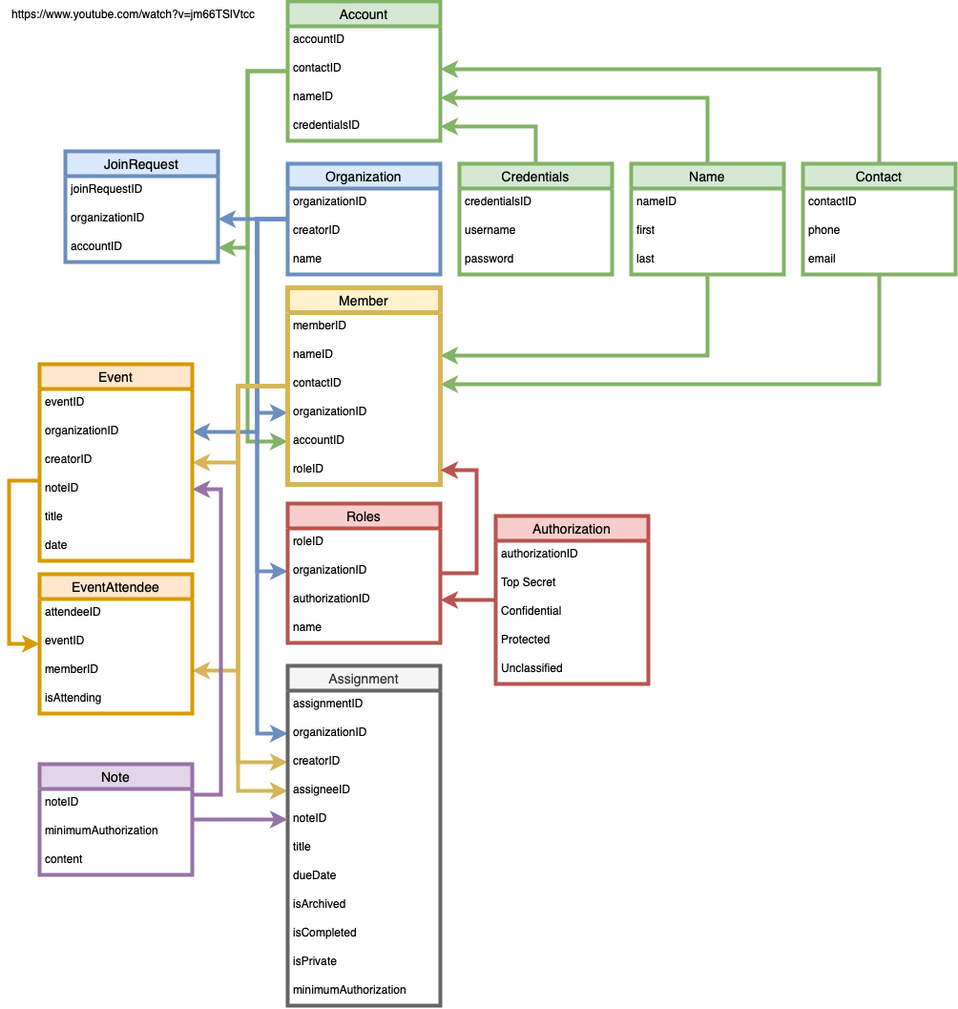
Before: charts/Firestore DB.png, a diagram exported from draw.io (mcgaryp/Bishopric-Assistant). Source tidied: cells renumbered, new cells last; positions are measured from the earlier drawing's top-left corner, leaving out a move shared by most shapes.
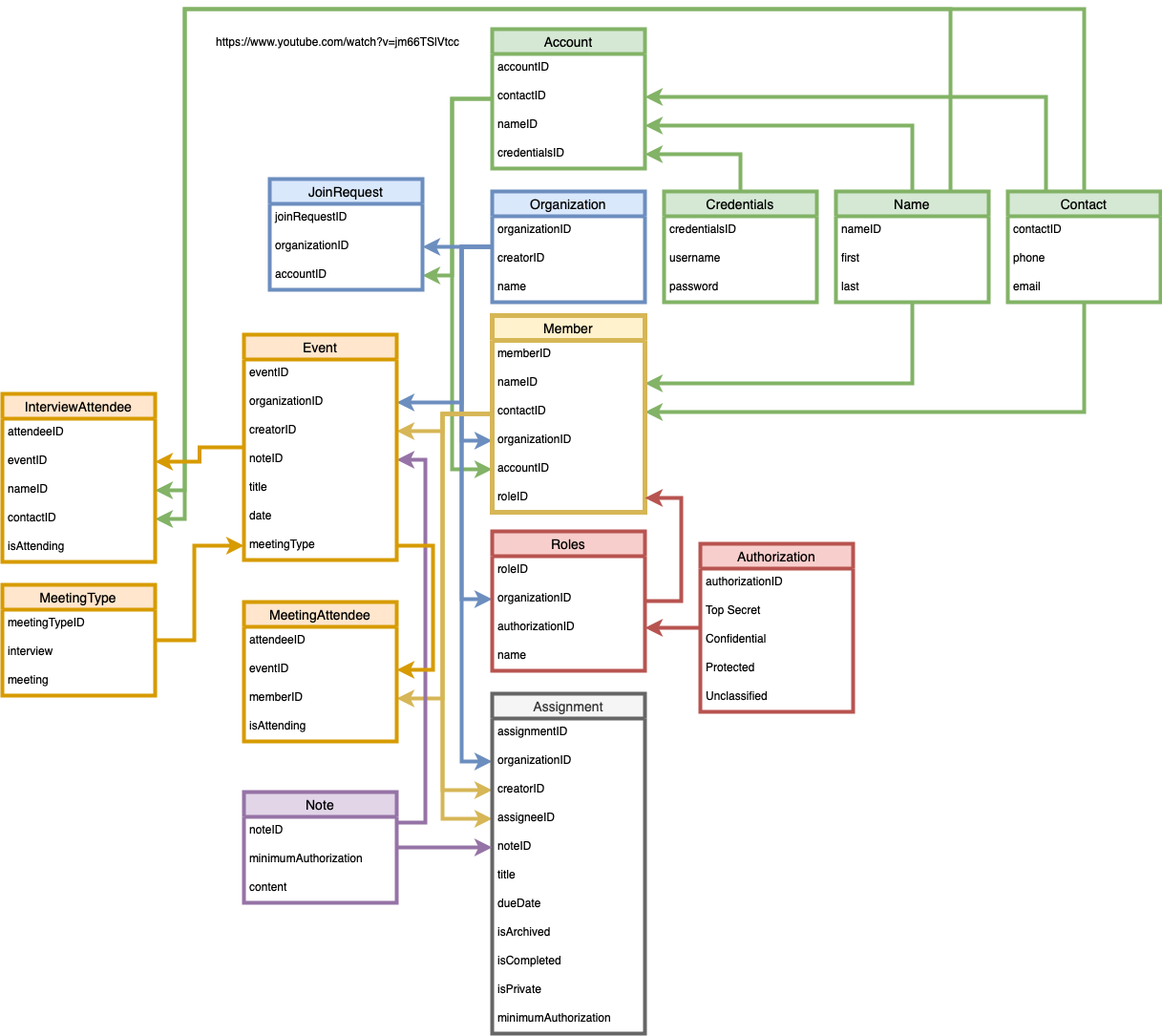
The same diagram one commit later.

What changed in the source:
```diff
@@ -2,6 +2,24 @@
   <root>
     <mxCell id="0" />
     <mxCell id="1" parent="0" />
+    <mxCell id="95" style="edgeStyle=orthogonalEdgeStyle;rounded=0;jettySize=auto;html=1;strokeColor=#82b366;strokeWidth=4;fillColor=#d5e8d4;" parent="1" edge="1" source="22" target="103">
+      <mxGeometry relative="1" as="geometry">
+        <Array as="points">
+          <mxPoint x="912" y="-21" />
+          <mxPoint x="-30" y="-21" />
+          <mxPoint x="-30" y="513" />
+        </Array>
+      </mxGeometry>
+    </mxCell>
+    <mxCell id="96" style="edgeStyle=orthogonalEdgeStyle;rounded=0;jettySize=auto;html=1;entryX=1;entryY=0.5;entryDx=0;entryDy=0;strokeColor=#82b366;strokeWidth=4;fillColor=#d5e8d4;exitX=0.75;exitY=0;exitDx=0;exitDy=0;" parent="1" edge="1" source="11" target="102">
+      <mxGeometry relative="1" as="geometry">
+        <Array as="points">
+          <mxPoint x="772" y="-21" />
+          <mxPoint x="-30" y="-21" />
+          <mxPoint x="-30" y="483" />
+        </Array>
+      </mxGeometry>
+    </mxCell>
     <mxCell id="2" style="edgeStyle=orthogonalEdgeStyle;rounded=0;jettySize=auto;html=1;entryX=1;entryY=0.5;entryDx=0;entryDy=0;strokeColor=#82b366;strokeWidth=4;fillColor=#d5e8d4;" parent="1" edge="1" source="4" target="94">
       <mxGeometry relative="1" as="geometry">
         <Array as="points">
@@ -66,7 +84,7 @@
     <mxCell id="19" value="password" style="text;strokeColor=none;fillColor=none;spacingLeft=4;spacingRight=4;overflow=hidden;fontSize=12;" parent="16" vertex="1">
       <mxGeometry y="86" width="160" height="30" as="geometry" />
     </mxCell>
-    <mxCell id="20" style="edgeStyle=orthogonalEdgeStyle;rounded=0;jettySize=auto;html=1;entryX=1;entryY=0.5;entryDx=0;entryDy=0;fillColor=#d5e8d4;strokeColor=#82b366;strokeWidth=4;" parent="1" edge="1" source="22" target="6">
+    <mxCell id="20" style="edgeStyle=orthogonalEdgeStyle;rounded=0;jettySize=auto;html=1;entryX=1;entryY=0.5;entryDx=0;entryDy=0;fillColor=#d5e8d4;strokeColor=#82b366;strokeWidth=4;exitX=0.25;exitY=0;exitDx=0;exitDy=0;" parent="1" edge="1" source="22" target="6">
       <mxGeometry relative="1" as="geometry" />
     </mxCell>
     <mxCell id="21" style="edgeStyle=orthogonalEdgeStyle;rounded=0;jettySize=auto;html=1;entryX=1;entryY=0.5;entryDx=0;entryDy=0;fillColor=#d5e8d4;strokeColor=#82b366;strokeWidth=4;" parent="1" edge="1" source="22" target="50">
@@ -123,7 +141,7 @@
       <mxGeometry relative="1" as="geometry">
         <Array as="points">
           <mxPoint x="260" y="228" />
-          <mxPoint x="260" y="451" />
+          <mxPoint x="260" y="391" />
         </Array>
       </mxGeometry>
     </mxCell>
@@ -176,11 +194,11 @@
         </Array>
       </mxGeometry>
     </mxCell>
-    <mxCell id="45" style="edgeStyle=orthogonalEdgeStyle;rounded=0;jettySize=auto;html=1;entryX=1;entryY=0.5;entryDx=0;entryDy=0;strokeColor=#d6b656;strokeWidth=4;fillColor=#fff2cc;" parent="1" edge="1" source="47" target="79">
+    <mxCell id="45" style="edgeStyle=orthogonalEdgeStyle;rounded=0;jettySize=auto;html=1;entryX=1;entryY=0.5;entryDx=0;entryDy=0;strokeColor=#d6b656;strokeWidth=4;fillColor=#fff2cc;" parent="1" edge="1" source="47" target="82">
       <mxGeometry relative="1" as="geometry">
         <Array as="points">
           <mxPoint x="240" y="403" />
-          <mxPoint x="240" y="483" />
+          <mxPoint x="240" y="421" />
         </Array>
       </mxGeometry>
     </mxCell>
@@ -192,7 +210,7 @@
         </Array>
       </mxGeometry>
     </mxCell>
-    <mxCell id="47" value="Member" style="swimlane;fontStyle=0;horizontal=1;startSize=26;align=center;fontSize=14;fillColor=#fff2cc;strokeColor=#d6b656;strokeWidth=5;" parent="1" vertex="1">
+    <mxCell id="47" value="Member" style="swimlane;fontStyle=0;horizontal=1;startSize=26;align=center;fontSize=14;fillColor=#fff2cc;strokeColor=#d6b656;strokeWidth=5;shadow=0;" parent="1" vertex="1">
       <mxGeometry x="292" y="300" width="160" height="206" as="geometry" />
     </mxCell>
     <mxCell id="48" value="memberID" style="text;strokeColor=none;fillColor=none;spacingLeft=4;spacingRight=4;overflow=hidden;fontSize=12;" parent="47" vertex="1">
@@ -279,7 +297,7 @@
       <mxGeometry relative="1" as="geometry">
         <Array as="points">
           <mxPoint x="222" y="831" />
-          <mxPoint x="222" y="511" />
+          <mxPoint x="222" y="451" />
         </Array>
       </mxGeometry>
     </mxCell>
@@ -295,16 +313,19 @@
     <mxCell id="77" value="content" style="text;strokeColor=none;fillColor=none;spacingLeft=4;spacingRight=4;overflow=hidden;fontSize=12;" parent="74" vertex="1">
       <mxGeometry y="86" width="160" height="30" as="geometry" />
     </mxCell>
-    <mxCell id="78" style="edgeStyle=orthogonalEdgeStyle;rounded=0;jettySize=auto;html=1;entryX=0;entryY=0.5;entryDx=0;entryDy=0;strokeColor=#d79b00;strokeWidth=4;fillColor=#ffe6cc;" parent="1" edge="1" source="79" target="86">
+    <mxCell id="78" style="edgeStyle=orthogonalEdgeStyle;rounded=0;jettySize=auto;html=1;entryX=1;entryY=0.5;entryDx=0;entryDy=0;strokeColor=#d79b00;strokeWidth=4;fillColor=#ffe6cc;exitX=1;exitY=0.5;exitDx=0;exitDy=0;" parent="1" edge="1" source="98" target="88">
       <mxGeometry relative="1" as="geometry">
         <Array as="points">
-          <mxPoint y="502" />
-          <mxPoint y="673" />
+          <mxPoint x="230" y="541" />
+          <mxPoint x="230" y="671" />
         </Array>
       </mxGeometry>
     </mxCell>
+    <mxCell id="97" style="edgeStyle=orthogonalEdgeStyle;rounded=0;jettySize=auto;html=1;entryX=1;entryY=0.5;entryDx=0;entryDy=0;strokeColor=#d79b00;strokeWidth=4;fillColor=#ffe6cc;" parent="1" edge="1" source="79" target="101">
+      <mxGeometry relative="1" as="geometry" />
+    </mxCell>
     <mxCell id="79" value="Event" style="swimlane;fontStyle=0;horizontal=1;startSize=26;align=center;fontSize=14;fillColor=#ffe6cc;strokeColor=#d79b00;strokeWidth=4;" parent="1" vertex="1">
-      <mxGeometry x="32" y="380" width="160" height="206" as="geometry" />
+      <mxGeometry x="32" y="320" width="160" height="236" as="geometry" />
     </mxCell>
     <mxCell id="80" value="eventID" style="text;strokeColor=none;fillColor=none;spacingLeft=4;spacingRight=4;overflow=hidden;fontSize=12;" parent="79" vertex="1">
       <mxGeometry y="26" width="160" height="30" as="geometry" />
@@ -324,7 +345,10 @@
     <mxCell id="85" value="date" style="text;strokeColor=none;fillColor=none;spacingLeft=4;spacingRight=4;overflow=hidden;fontSize=12;" parent="79" vertex="1">
       <mxGeometry y="176" width="160" height="30" as="geometry" />
     </mxCell>
+    <mxCell id="98" value="meetingType" style="text;strokeColor=none;fillColor=none;spacingLeft=4;spacingRight=4;overflow=hidden;points=[[0,0.5],[1,0.5]];portConstraint=eastwest;fontSize=12;" parent="79" vertex="1">
+      <mxGeometry y="206" width="160" height="30" as="geometry" />
+    </mxCell>
-    <mxCell id="86" value="EventAttendee" style="swimlane;fontStyle=0;horizontal=1;startSize=26;align=center;fontSize=14;fillColor=#ffe6cc;strokeColor=#d79b00;strokeWidth=4;" parent="1" vertex="1">
+    <mxCell id="86" value="MeetingAttendee" style="swimlane;fontStyle=0;horizontal=1;startSize=26;align=center;fontSize=14;fillColor=#ffe6cc;strokeColor=#d79b00;strokeWidth=4;" parent="1" vertex="1">
       <mxGeometry x="32" y="600" width="160" height="146" as="geometry" />
     </mxCell>
     <mxCell id="87" value="attendeeID" style="text;strokeColor=none;fillColor=none;spacingLeft=4;spacingRight=4;overflow=hidden;fontSize=12;" parent="86" vertex="1">
@@ -351,5 +375,43 @@
     <mxCell id="94" value="accountID" style="text;strokeColor=none;fillColor=none;spacingLeft=4;spacingRight=4;overflow=hidden;points=[[0,0.5],[1,0.5]];portConstraint=eastwest;fontSize=12;" parent="91" vertex="1">
       <mxGeometry y="86" width="160" height="30" as="geometry" />
     </mxCell>
+    <mxCell id="99" value="InterviewAttendee" style="swimlane;fontStyle=0;horizontal=1;startSize=26;align=center;fontSize=14;fillColor=#ffe6cc;strokeColor=#d79b00;strokeWidth=4;" parent="1" vertex="1">
+      <mxGeometry x="-221" y="382" width="160" height="176" as="geometry" />
+    </mxCell>
+    <mxCell id="100" value="attendeeID" style="text;strokeColor=none;fillColor=none;spacingLeft=4;spacingRight=4;overflow=hidden;fontSize=12;" parent="99" vertex="1">
+      <mxGeometry y="26" width="160" height="30" as="geometry" />
+    </mxCell>
+    <mxCell id="101" value="eventID" style="text;strokeColor=none;fillColor=none;spacingLeft=4;spacingRight=4;overflow=hidden;points=[[0,0.5],[1,0.5]];portConstraint=eastwest;fontSize=12;" parent="99" vertex="1">
+      <mxGeometry y="56" width="160" height="30" as="geometry" />
+    </mxCell>
+    <mxCell id="102" value="nameID" style="text;strokeColor=none;fillColor=none;spacingLeft=4;spacingRight=4;overflow=hidden;points=[[0,0.5],[1,0.5]];portConstraint=eastwest;fontSize=12;" parent="99" vertex="1">
+      <mxGeometry y="86" width="160" height="30" as="geometry" />
+    </mxCell>
+    <mxCell id="103" value="contactID" style="text;strokeColor=none;fillColor=none;spacingLeft=4;spacingRight=4;overflow=hidden;points=[[0,0.5],[1,0.5]];portConstraint=eastwest;fontSize=12;" parent="99" vertex="1">
+      <mxGeometry y="116" width="160" height="30" as="geometry" />
+    </mxCell>
+    <mxCell id="104" value="isAttending" style="text;strokeColor=none;fillColor=none;spacingLeft=4;spacingRight=4;overflow=hidden;fontSize=12;" parent="99" vertex="1">
+      <mxGeometry y="146" width="160" height="30" as="geometry" />
+    </mxCell>
+    <mxCell id="105" style="edgeStyle=orthogonalEdgeStyle;rounded=0;jettySize=auto;html=1;entryX=0;entryY=0.5;entryDx=0;entryDy=0;strokeColor=#d79b00;strokeWidth=4;fillColor=#ffe6cc;" parent="1" edge="1" source="106" target="98">
+      <mxGeometry relative="1" as="geometry">
+        <Array as="points">
+          <mxPoint x="-20" y="640" />
+          <mxPoint x="-20" y="541" />
+        </Array>
+      </mxGeometry>
+    </mxCell>
+    <mxCell id="106" value="MeetingType" style="swimlane;fontStyle=0;horizontal=1;startSize=26;align=center;fontSize=14;fillColor=#ffe6cc;strokeColor=#d79b00;strokeWidth=4;" parent="1" vertex="1">
+      <mxGeometry x="-221" y="582" width="160" height="116" as="geometry" />
+    </mxCell>
+    <mxCell id="107" value="meetingTypeID" style="text;strokeColor=none;fillColor=none;spacingLeft=4;spacingRight=4;overflow=hidden;fontSize=12;" parent="106" vertex="1">
+      <mxGeometry y="26" width="160" height="30" as="geometry" />
+    </mxCell>
+    <mxCell id="108" value="interview" style="text;strokeColor=none;fillColor=none;spacingLeft=4;spacingRight=4;overflow=hidden;fontSize=12;" parent="106" vertex="1">
+      <mxGeometry y="56" width="160" height="30" as="geometry" />
+    </mxCell>
+    <mxCell id="109" value="meeting" style="text;strokeColor=none;fillColor=none;spacingLeft=4;spacingRight=4;overflow=hidden;fontSize=12;" parent="106" vertex="1">
+      <mxGeometry y="86" width="160" height="30" as="geometry" />
+    </mxCell>
   </root>
 </mxGraphModel>
```
